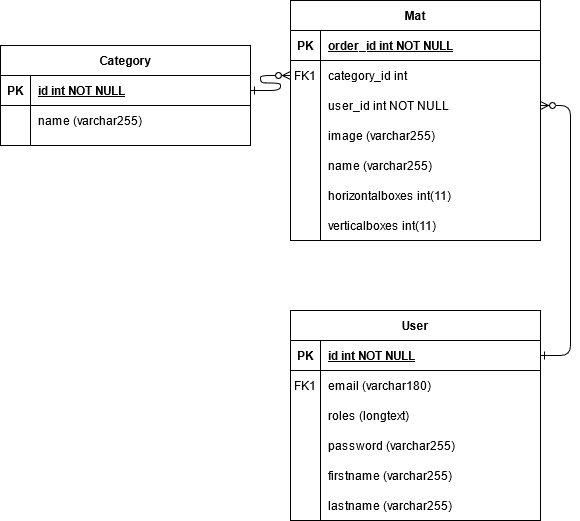
The draw.io diagram documentation/ERDiagram.png in TimoHogeveen/BeebotOnline, before a commit. Source tidied: cells renumbered, new cells last; positions are measured from the earlier drawing's top-left corner, leaving out a move shared by most shapes.
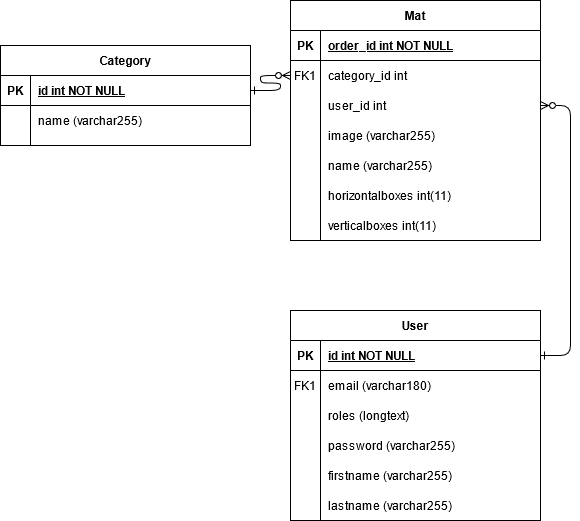
After the change.

The edit, as a diff of the source:
```diff
@@ -35,7 +35,7 @@
     <mxCell id="12" style="shape=partialRectangle;overflow=hidden;fillColor=none;top=0;left=0;bottom=0;right=0;" parent="11" vertex="1">
       <mxGeometry width="30" height="30" as="geometry" />
     </mxCell>
-    <mxCell id="13" value="user_id int NOT NULL" style="shape=partialRectangle;overflow=hidden;fillColor=none;top=0;left=0;bottom=0;right=0;align=left;spacingLeft=6;" parent="11" vertex="1">
+    <mxCell id="13" value="user_id int" style="shape=partialRectangle;overflow=hidden;fillColor=none;top=0;left=0;bottom=0;right=0;align=left;spacingLeft=6;" parent="11" vertex="1">
       <mxGeometry x="30" width="220" height="30" as="geometry" />
     </mxCell>
     <mxCell id="14" value="User" style="shape=table;startSize=30;rowLines=0;fontStyle=1;align=center;" parent="1" vertex="1">
```
